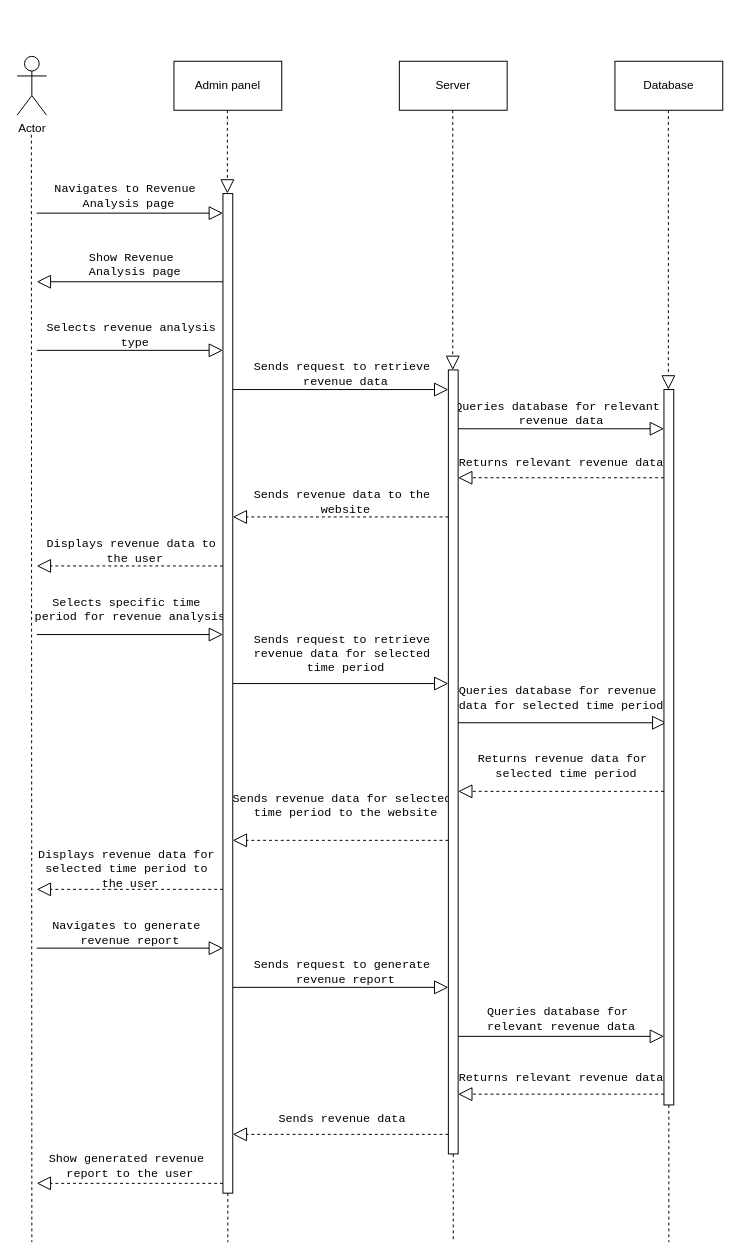
Before: revenue.drawio in CodeSithum/sequencediagram, a draw.io diagram. Source tidied: cells renumbered, new cells numbered last; positions are measured from the earlier drawing's top-left corner, leaving out a move shared by most shapes. Both pictures are drawn from the tidied source at 98%, with x=0, y=0 at pixel (17, 56).
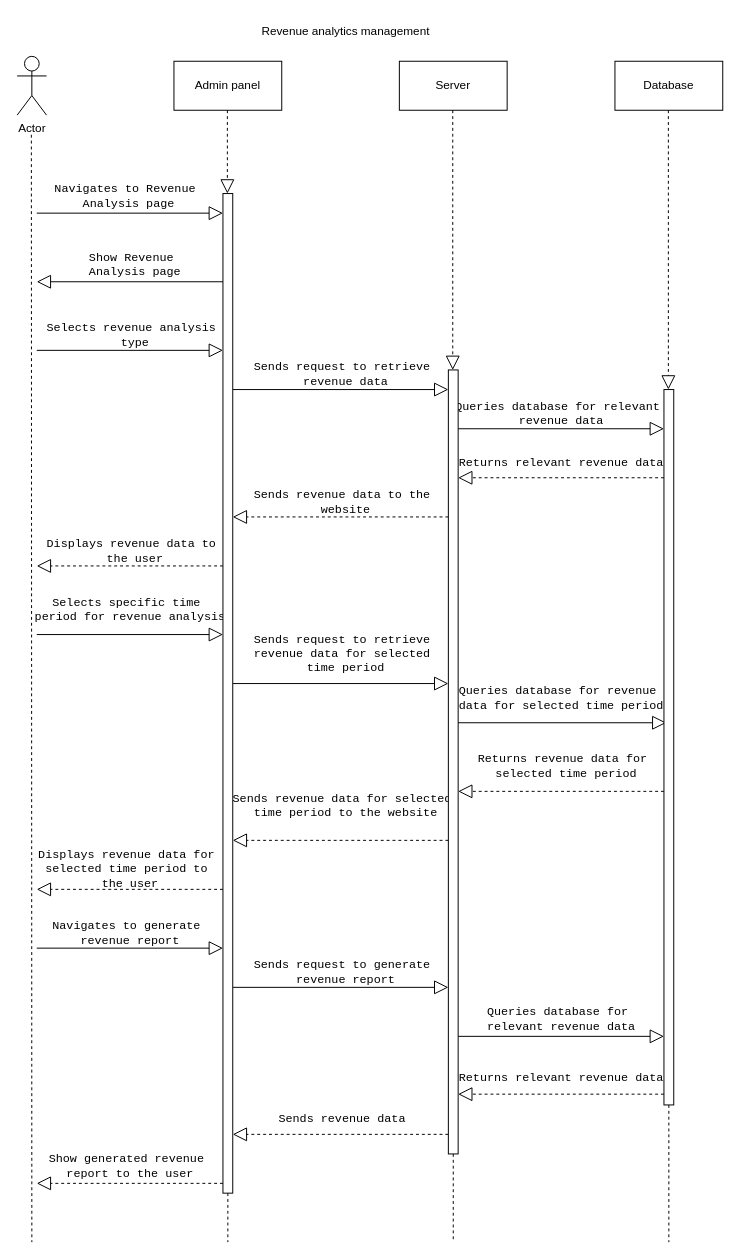
The same page after the edit.

The edit, as a diff of the source:
```diff
@@
+    <mxCell id="56" value="Revenue analytics management" style="text;html=1;align=center;verticalAlign=middle;strokeColor=none;fillColor=none;" parent="1" vertex="1">
+      <mxGeometry x="235" y="-40" width="200" height="30" as="geometry" />
+    </mxCell>
```
